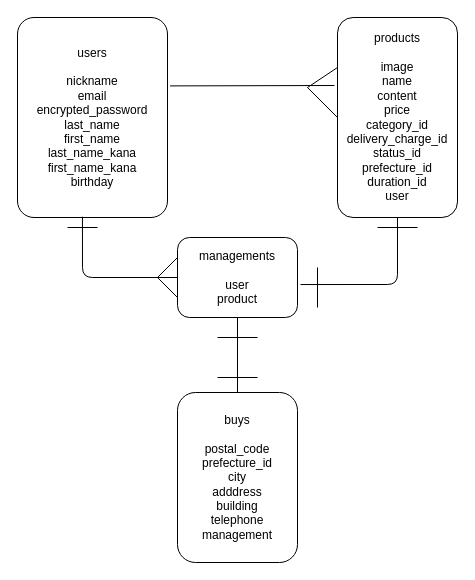
Above: furima.drawio in konoha1230/furima-32358 (draw.io), before the change. Source tidied: cells renumbered, new cells numbered last; positions are measured from the earlier drawing's top-left corner, leaving out a move shared by most shapes. Both pictures are drawn from the tidied source at 100%, with x=0, y=0 at pixel (17, 17).
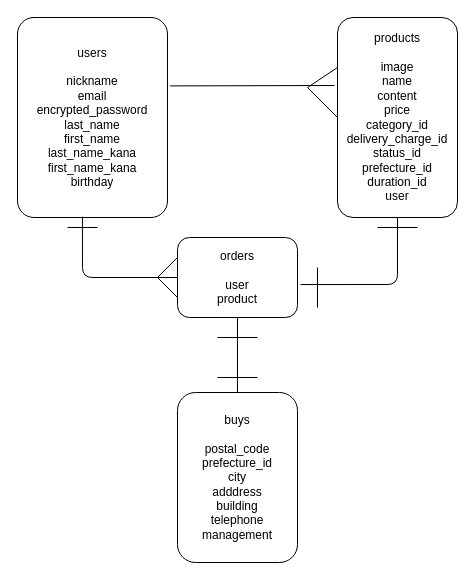
After the change.

Commit message (it also covers changes not shown here):
モデル名の変更によるER図とREADMEファイルの修正

The edit, as a diff of the source:
```diff
@@
-    <mxCell id="10" value="managements&lt;br&gt;&lt;br&gt;user&lt;br&gt;product" style="rounded=1;whiteSpace=wrap;html=1;align=center;" parent="1" vertex="1">
+    <mxCell id="10" value="orders&lt;br&gt;&lt;br&gt;user&lt;br&gt;product" style="rounded=1;whiteSpace=wrap;html=1;align=center;" parent="1" vertex="1">
       <mxGeometry x="160" y="220" width="120" height="80" as="geometry" />
     </mxCell>
```
